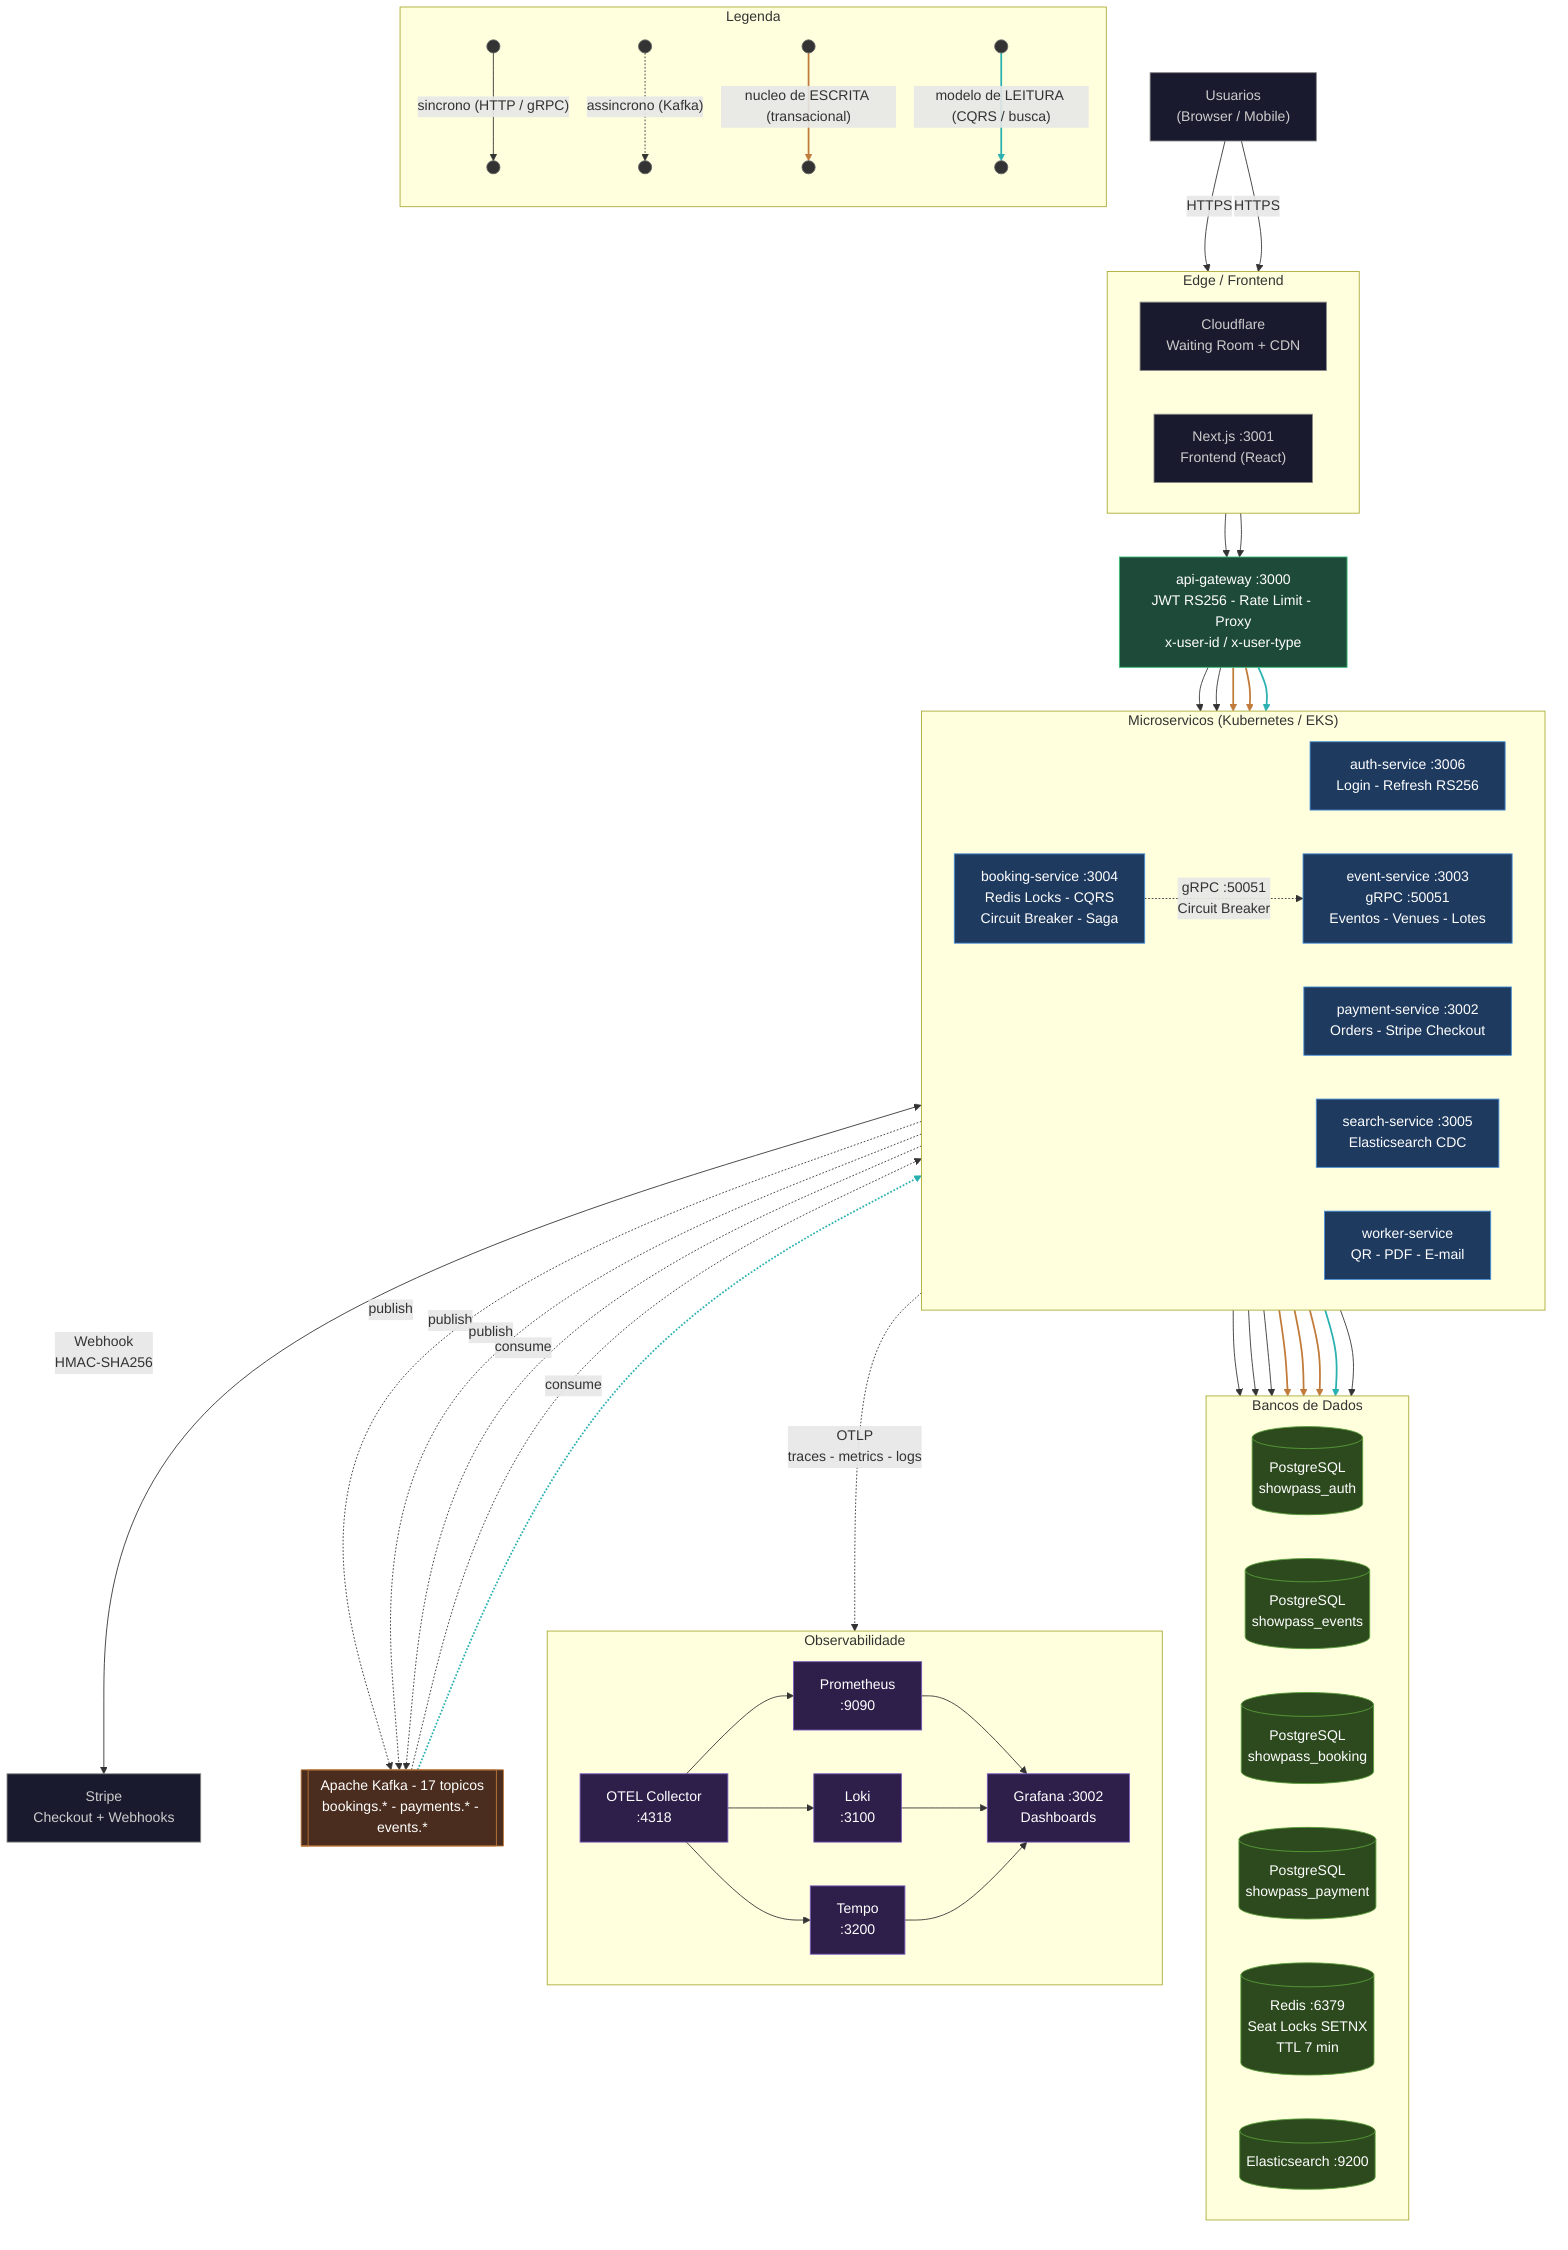
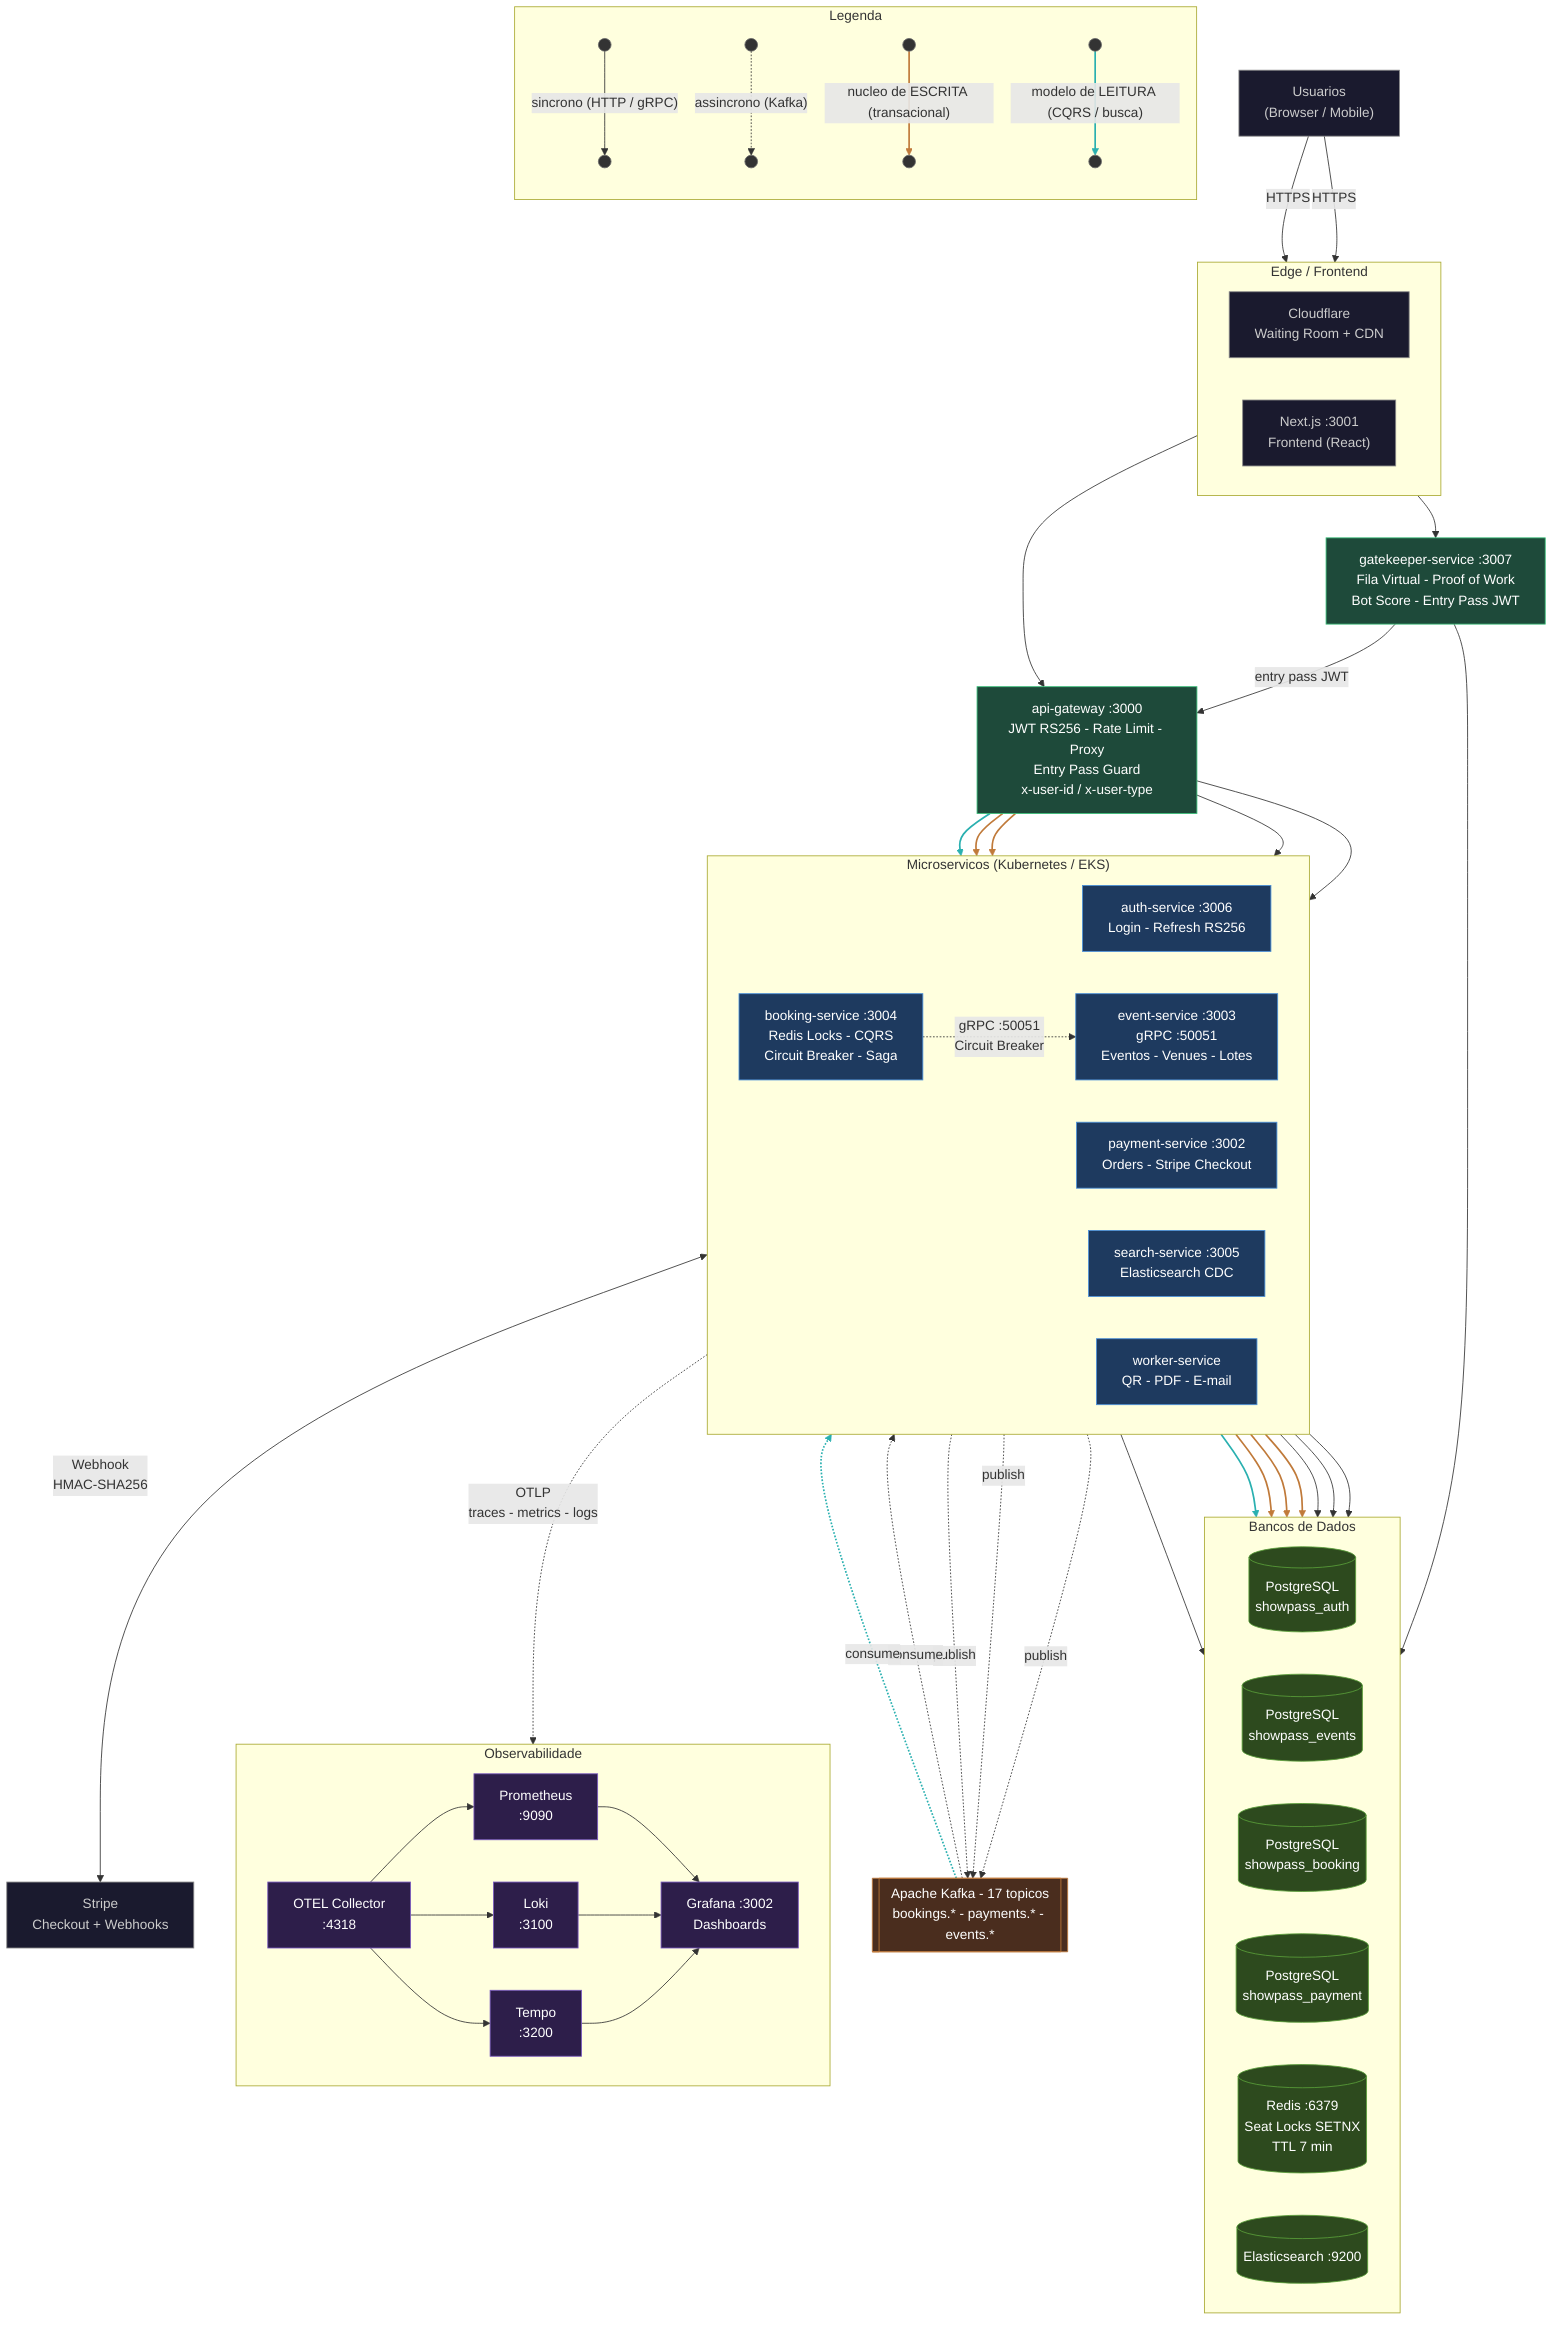
flowchart TB
    USERS["Usuarios\n(Browser / Mobile)"]

    subgraph EDGE["Edge / Frontend"]
        direction LR
        CF["Cloudflare\nWaiting Room + CDN"]
        WEB["Next.js :3001\nFrontend (React)"]
    end

-     GW["api-gateway :3000\nJWT RS256 - Rate Limit - Proxy\nx-user-id / x-user-type"]
+     GATE["gatekeeper-service :3007\nFila Virtual - Proof of Work\nBot Score - Entry Pass JWT"]
+ 
+     GW["api-gateway :3000\nJWT RS256 - Rate Limit - Proxy\nEntry Pass Guard\nx-user-id / x-user-type"]

    subgraph SVC["Microservicos (Kubernetes / EKS)"]
        direction LR
        AUTH["auth-service :3006\nLogin - Refresh RS256"]
        EVENT["event-service :3003\ngRPC :50051\nEventos - Venues - Lotes"]
        BOOKING["booking-service :3004\nRedis Locks - CQRS\nCircuit Breaker - Saga"]
        PAYMENT["payment-service :3002\nOrders - Stripe Checkout"]
        SEARCH["search-service :3005\nElasticsearch CDC"]
        WORKER["worker-service\nQR - PDF - E-mail"]
    end

    subgraph DATA["Bancos de Dados"]
        direction LR
        USERDB[("PostgreSQL\nshowpass_auth")]
        EVENTDB[("PostgreSQL\nshowpass_events")]
        BOOKINGDB[("PostgreSQL\nshowpass_booking")]
        PAYMENTDB[("PostgreSQL\nshowpass_payment")]
        REDIS[("Redis :6379\nSeat Locks SETNX\nTTL 7 min")]
        ES[("Elasticsearch :9200")]
    end

    KAFKA[["Apache Kafka - 17 topicos\nbookings.* - payments.* - events.*"]]
    STRIPE["Stripe\nCheckout + Webhooks"]

    subgraph OBS["Observabilidade"]
        direction LR
        OTEL["OTEL Collector\n:4318"]
        PROM["Prometheus\n:9090"]
        LOKI["Loki\n:3100"]
        TEMPO["Tempo\n:3200"]
        GRAFANA["Grafana :3002\nDashboards"]
    end

    subgraph LEGEND["Legenda"]
        direction TB
        L1(( )) -->|"sincrono (HTTP / gRPC)"| L2(( ))
        L3(( )) -.->|"assincrono (Kafka)"| L4(( ))
        L5(( )) -->|"nucleo de ESCRITA (transacional)"| L6(( ))
        L7(( )) -->|"modelo de LEITURA (CQRS / busca)"| L8(( ))
    end

    %% Caminho sincrono (requisicao do usuario)
+     %% A enxurrada do mega-evento passa pelo Fan Gate ANTES do gateway (cap-19).
    USERS -->|HTTPS| CF
    USERS -->|HTTPS| WEB
-     CF --> GW
+     CF --> GATE
    WEB --> GW
    GW --> AUTH
    GW --> EVENT
    GW --> BOOKING
    GW --> PAYMENT
    GW --> SEARCH

    %% Servicos para seus bancos
    AUTH --> USERDB
    EVENT --> EVENTDB
    EVENT --> ES
    BOOKING --> BOOKINGDB
    BOOKING --> REDIS
    PAYMENT --> PAYMENTDB
    SEARCH --> ES
    WORKER --> BOOKINGDB

    %% gRPC interno com Circuit Breaker
    BOOKING -.->|"gRPC :50051\nCircuit Breaker"| EVENT

    %% Pagamento externo
    PAYMENT <-->|"Webhook\nHMAC-SHA256"| STRIPE

    %% Kafka - producao e consumo (assincrono)
    BOOKING -.->|publish| KAFKA
    PAYMENT -.->|publish| KAFKA
    EVENT -.->|publish| KAFKA
    KAFKA -.->|consume| WORKER
    KAFKA -.->|consume| SEARCH

    %% Observabilidade - uma linha agregada do conjunto de servicos
    SVC -.->|"OTLP\ntraces - metrics - logs"| OTEL
    OTEL --> PROM
    OTEL --> LOKI
    OTEL --> TEMPO
    PROM --> GRAFANA
    LOKI --> GRAFANA
    TEMPO --> GRAFANA

+     %% Fan Gate (cap-19) — declarado por ULTIMO de proposito: vira as arestas 35 e 36,
+     %% fora das faixas coloridas por linkStyle (que param no 34). Nao quebra os indices.
+     GATE -->|"entry pass JWT"| GW
+     GATE --> REDIS
+ 
    classDef service fill:#1e3a5f,stroke:#4a90d9,color:#fff
    classDef db fill:#2d4a1e,stroke:#5a9e3a,color:#fff
    classDef infra fill:#4a2d1e,stroke:#c07a3a,color:#fff
    classDef obs fill:#2d1e4a,stroke:#7a5ac0,color:#fff
    classDef gateway fill:#1e4a3a,stroke:#3ac07a,color:#fff
    classDef external fill:#1a1a2e,stroke:#888,color:#ccc

    class AUTH,EVENT,BOOKING,PAYMENT,SEARCH,WORKER service
    class USERDB,EVENTDB,BOOKINGDB,PAYMENTDB,REDIS,ES db
    class KAFKA infra
    class OTEL,PROM,LOKI,TEMPO,GRAFANA obs
-     class GW gateway
+     class GW,GATE gateway
    class USERS,STRIPE,CF,WEB external

    classDef legend fill:#333,stroke:#666,color:#333,width:14px,height:14px
    class L1,L2,L3,L4,L5,L6,L7,L8 legend

    %% Cor de linha = dimensao read/write (ortogonal ao estilo solido/tracejado).
    %% Indices contam a ordem de declaracao das arestas no arquivo (legenda vem primeiro).
    %% Caminho de ESCRITA (ambar): exemplo na legenda + GW->booking, GW->payment, booking->DB/Redis, payment->DB
    linkStyle 2 stroke:#c07a3a,stroke-width:2px
    linkStyle 10,11,16,17,18 stroke:#c07a3a,stroke-width:2px
    %% Caminho de LEITURA (ciano): exemplo na legenda + GW->search, search->ES, kafka(CDC)->search
    linkStyle 3 stroke:#2ab0b0,stroke-width:2px
    linkStyle 12,19,27 stroke:#2ab0b0,stroke-width:2px
